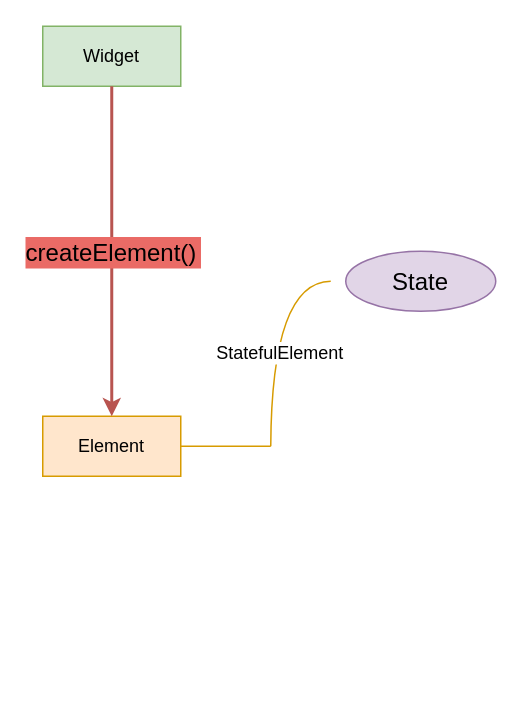
Above: flutter/flutter关联关系.drawio in hfc-advance/mindMaping (draw.io), before the change. Source tidied: cells renumbered, new cells numbered last; positions are measured from the earlier drawing's top-left corner, leaving out a move shared by most shapes. Both pictures are drawn from the tidied source at 150%, with x=0, y=0 at pixel (42, 26).
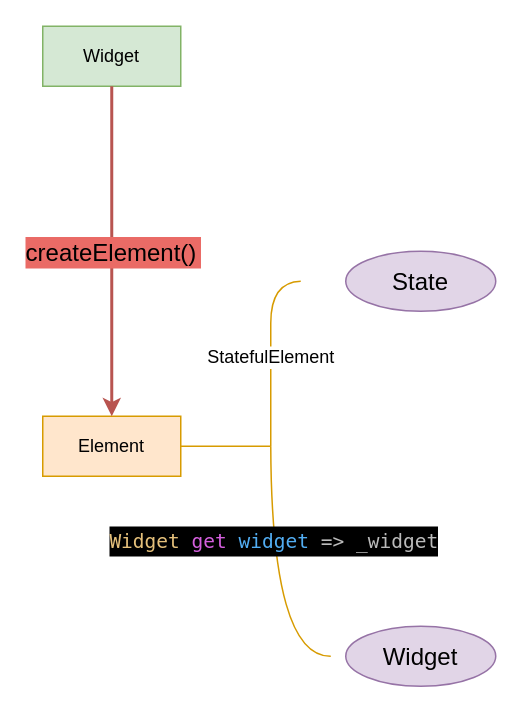
After the change.

Commit message:
更新flutter关联关系.drawio

The edit, as a diff of the source:
```diff
@@
 <mxGraphModel background="#ffffff">
   <root>
     <mxCell id="0" />
     <mxCell id="1" parent="0" />
     <mxCell id="2" value="Widget" style="rounded=0;whiteSpace=wrap;html=1;fillColor=#d5e8d4;strokeColor=#82b366;" parent="1" vertex="1">
       <mxGeometry width="92" height="40" as="geometry" />
     </mxCell>
     <mxCell id="3" style="edgeStyle=orthogonalEdgeStyle;curved=1;comic=0;jumpSize=11;jettySize=auto;html=0;shadow=0;labelBackgroundColor=#EA6B66;startArrow=none;startFill=0;endArrow=none;endFill=0;strokeColor=#d79b00;strokeWidth=1;fontSize=16;fontColor=#000000;fillColor=#ffe6cc;" parent="1" edge="1" source="4">
       <mxGeometry relative="1" as="geometry">
         <mxPoint x="152" y="280" as="targetPoint" />
       </mxGeometry>
     </mxCell>
     <mxCell id="4" value="Element" style="rounded=0;whiteSpace=wrap;html=1;fillColor=#ffe6cc;strokeColor=#d79b00;" parent="1" vertex="1">
       <mxGeometry y="260" width="92" height="40" as="geometry" />
     </mxCell>
     <mxCell id="5" value="createElement()" style="edgeStyle=orthogonalEdgeStyle;curved=1;comic=0;jumpSize=11;jettySize=auto;entryX=0.5;entryY=1;entryDx=0;entryDy=0;shadow=0;startArrow=classic;startFill=1;endArrow=none;endFill=0;strokeColor=#b85450;strokeWidth=2;fillColor=#f8cecc;labelBackgroundColor=#EA6B66;labelBorderColor=#EA6B66;spacingTop=0;spacingLeft=0;spacing=7;spacingBottom=0;fontSize=16;fontColor=#000000;" parent="1" edge="1" source="4" target="2">
       <mxGeometry relative="1" as="geometry" />
     </mxCell>
     <mxCell id="6" style="edgeStyle=orthogonalEdgeStyle;curved=1;comic=0;jumpSize=11;orthogonalLoop=1;jettySize=auto;html=0;shadow=0;labelBackgroundColor=#EA6B66;startArrow=none;startFill=0;endArrow=none;endFill=0;strokeColor=#d79b00;strokeWidth=1;fontSize=16;fontColor=#000000;fillColor=#ffe6cc;" parent="1" edge="1">
       <mxGeometry relative="1" as="geometry">
-        <mxPoint x="192" y="170" as="sourcePoint" />
+        <mxPoint x="172" y="170" as="sourcePoint" />
         <mxPoint x="152" y="280" as="targetPoint" />
       </mxGeometry>
     </mxCell>
     <mxCell id="7" value="StatefulElement" style="text;html=1;align=center;verticalAlign=middle;labelBackgroundColor=#ffffff;fontSize=12;fontColor=#000000;" parent="6" vertex="1">
       <mxGeometry x="0.15" y="5" relative="1" as="geometry" />
     </mxCell>
     <mxCell id="8" value="State" style="ellipse;whiteSpace=wrap;html=1;fontSize=16;fillColor=#e1d5e7;strokeColor=#9673a6;" parent="1" vertex="1">
       <mxGeometry x="202" y="150" width="100" height="40" as="geometry" />
     </mxCell>
+    <mxCell id="9" value="Widget" style="ellipse;whiteSpace=wrap;html=1;fontSize=16;fillColor=#e1d5e7;strokeColor=#9673a6;" parent="1" vertex="1">
+      <mxGeometry x="202" y="400" width="100" height="40" as="geometry" />
+    </mxCell>
+    <mxCell id="10" style="edgeStyle=orthogonalEdgeStyle;curved=1;comic=0;jumpSize=11;orthogonalLoop=1;jettySize=auto;html=0;shadow=0;labelBackgroundColor=#EA6B66;startArrow=none;startFill=0;endArrow=none;endFill=0;strokeColor=#d79b00;strokeWidth=1;fontSize=16;fontColor=#000000;fillColor=#ffe6cc;" parent="1" edge="1">
+      <mxGeometry relative="1" as="geometry">
+        <mxPoint x="192" y="420" as="sourcePoint" />
+        <mxPoint x="152" y="280" as="targetPoint" />
+      </mxGeometry>
+    </mxCell>
+    <mxCell id="11" value="&lt;div style=&quot;color: rgb(187 , 187 , 187) ; background-color: rgb(0 , 0 , 0) ; font-family: &amp;#34;menlo&amp;#34; , &amp;#34;monaco&amp;#34; , &amp;#34;courier new&amp;#34; , monospace ; font-size: 13px ; line-height: 20px ; white-space: pre&quot;&gt;&lt;span style=&quot;color: #e5c07b&quot;&gt;Widget&lt;/span&gt; &lt;span style=&quot;color: #d55fde&quot;&gt;get&lt;/span&gt; &lt;span style=&quot;color: #52adf2&quot;&gt;widget&lt;/span&gt; =&amp;gt; _widget&lt;/div&gt;" style="text;html=1;align=center;verticalAlign=middle;labelBackgroundColor=#ffffff;" parent="10" vertex="1">
+      <mxGeometry x="0.31" y="-1" relative="1" as="geometry" />
+    </mxCell>
   </root>
 </mxGraphModel>
```
